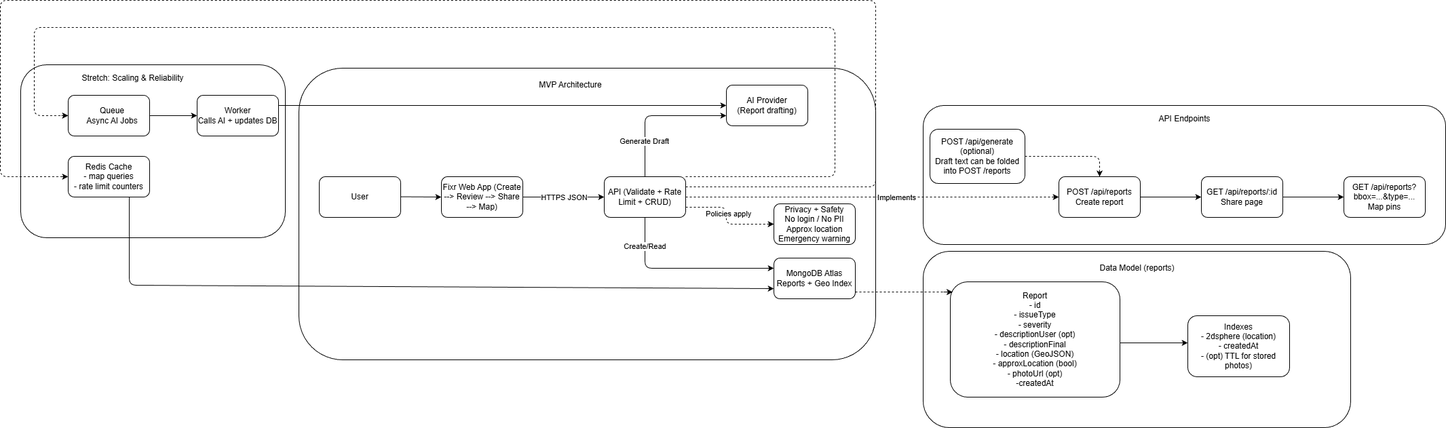
Above: design.drawio.png in jsfmu/fixr311 (draw.io), before the change. Source tidied: cells renumbered, new cells last; positions are measured from the earlier drawing's top-left corner, leaving out a move shared by most shapes.
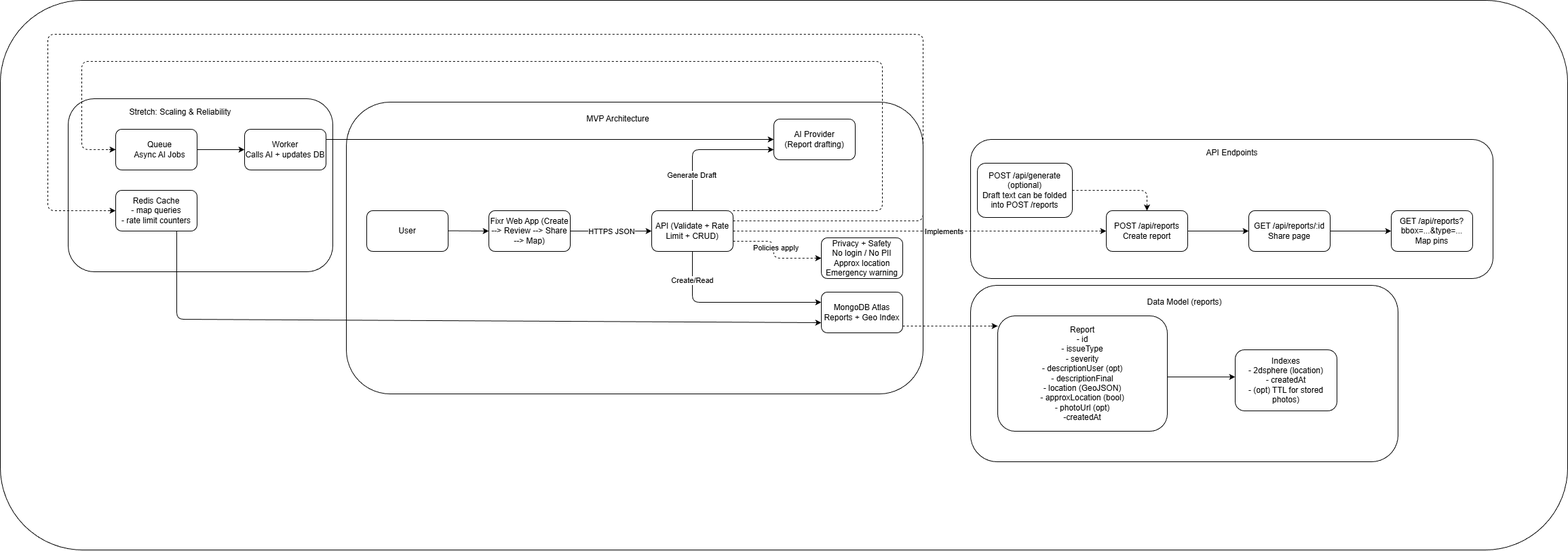
After the commit.

Commit message:
Cleaned diagram visual

Diff of the diagram source:
```diff
@@ -2,6 +2,9 @@
   <root>
     <mxCell id="0" />
     <mxCell id="1" parent="0" />
+    <mxCell id="54" style="rounded=1;whiteSpace=wrap;html=1;" parent="1" vertex="1">
+      <mxGeometry x="-70" y="-50" width="2310" height="810" as="geometry" />
+    </mxCell>
     <mxCell id="2" style="rounded=1;whiteSpace=wrap;html=1;" parent="1" vertex="1">
       <mxGeometry x="30" y="95" width="390" height="255" as="geometry" />
     </mxCell>
@@ -166,9 +169,10 @@
     <mxCell id="40" value="Indexes&lt;div&gt;- 2dsphere (location)&lt;/div&gt;&lt;div&gt;- createdAt&lt;/div&gt;&lt;div&gt;- (opt) TTL for stored photos)&lt;/div&gt;" style="rounded=1;whiteSpace=wrap;html=1;" parent="1" vertex="1">
       <mxGeometry x="1750" y="465" width="150" height="90" as="geometry" />
     </mxCell>
-    <mxCell id="41" style="endArrow=classic;html=1;entryX=0.014;entryY=0.089;entryDx=0;entryDy=0;entryPerimeter=0;" parent="1" edge="1" target="38">
+    <mxCell id="41" style="endArrow=classic;html=1;" parent="1" edge="1">
       <mxGeometry relative="1" as="geometry">
         <mxPoint x="1390" y="430" as="sourcePoint" />
+        <mxPoint x="1400" y="430" as="targetPoint" />
       </mxGeometry>
     </mxCell>
     <mxCell id="42" style="endArrow=classic;html=1;" parent="1" edge="1">
```
